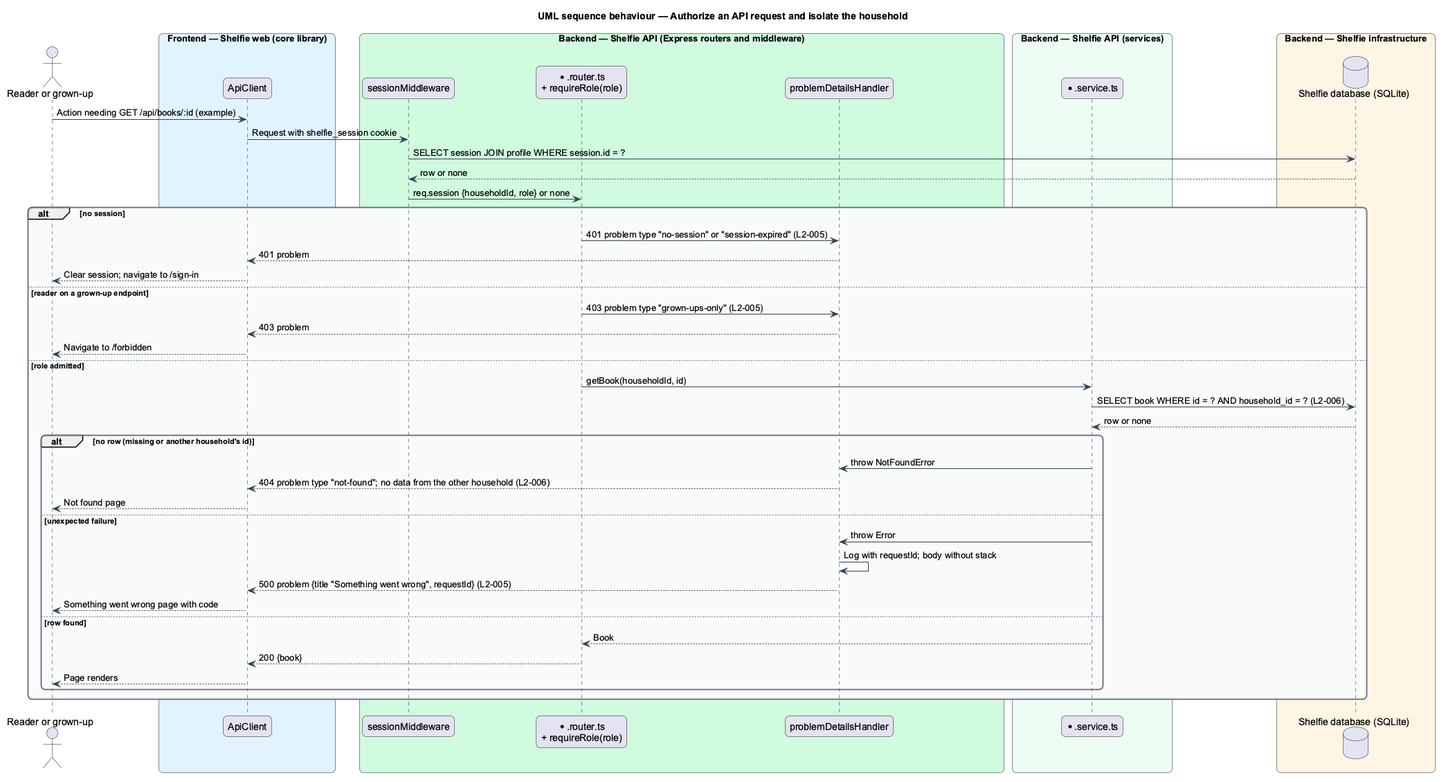
Earlier version of the PlantUML export docs/detailed-designs/sign-in/authorize-access/diagrams/sequence-authorize-request.png (QuinntyneBrown/shelfie). Source of this version:
```plantuml
@startuml
title UML sequence behaviour — Authorize an API request and isolate the household
skinparam backgroundColor #FFFFFF
skinparam shadowing false
skinparam roundcorner 12
skinparam defaultFontName Arial
skinparam ArrowColor #344054
skinparam rectangle {
  BorderColor #344054
  FontColor #101828
}
skinparam package {
  BorderColor #667085
  FontColor #101828
  BackgroundColor #F9FAFB
}
actor "Reader or grown-up" as person
box "Frontend — Shelfie web (core library)" #E0F2FE
  participant "ApiClient" as client
end box
box "Backend — Shelfie API (Express routers and middleware)" #D1FADF
  participant "sessionMiddleware" as mw
  participant "*.router.ts\n+ requireRole(role)" as router
  participant "problemDetailsHandler" as errors
end box
box "Backend — Shelfie API (services)" #ECFDF3
  participant "*.service.ts" as service
end box
box "Backend — Shelfie infrastructure" #FFF4E5
  database "Shelfie database (SQLite)" as db
end box

person -> client : Action needing GET /api/books/:id (example)
client -> mw : Request with shelfie_session cookie
mw -> db : SELECT session JOIN profile WHERE session.id = ?
db --> mw : row or none
mw -> router : req.session {householdId, role} or none
alt no session
  router -> errors : 401 problem type "no-session" or "session-expired" (L2-005)
  errors --> client : 401 problem
  client --> person : Clear session; navigate to /sign-in
else reader on a grown-up endpoint
  router -> errors : 403 problem type "grown-ups-only" (L2-005)
  errors --> client : 403 problem
  client --> person : Navigate to /forbidden
else role admitted
  router -> service : getBook(householdId, id)
  service -> db : SELECT book WHERE id = ? AND household_id = ? (L2-006)
  db --> service : row or none
  alt no row (missing or another household's id)
    service -> errors : throw NotFoundError
    errors --> client : 404 problem type "not-found"; no data from the other household (L2-006)
    client --> person : Not found page
  else unexpected failure
    service -> errors : throw Error
    errors -> errors : Log with requestId; body without stack
    errors --> client : 500 problem {title "Something went wrong", requestId} (L2-005)
    client --> person : Something went wrong page with code
  else row found
    service --> router : Book
    router --> client : 200 {book}
    client --> person : Page renders
  end
end
@enduml
```
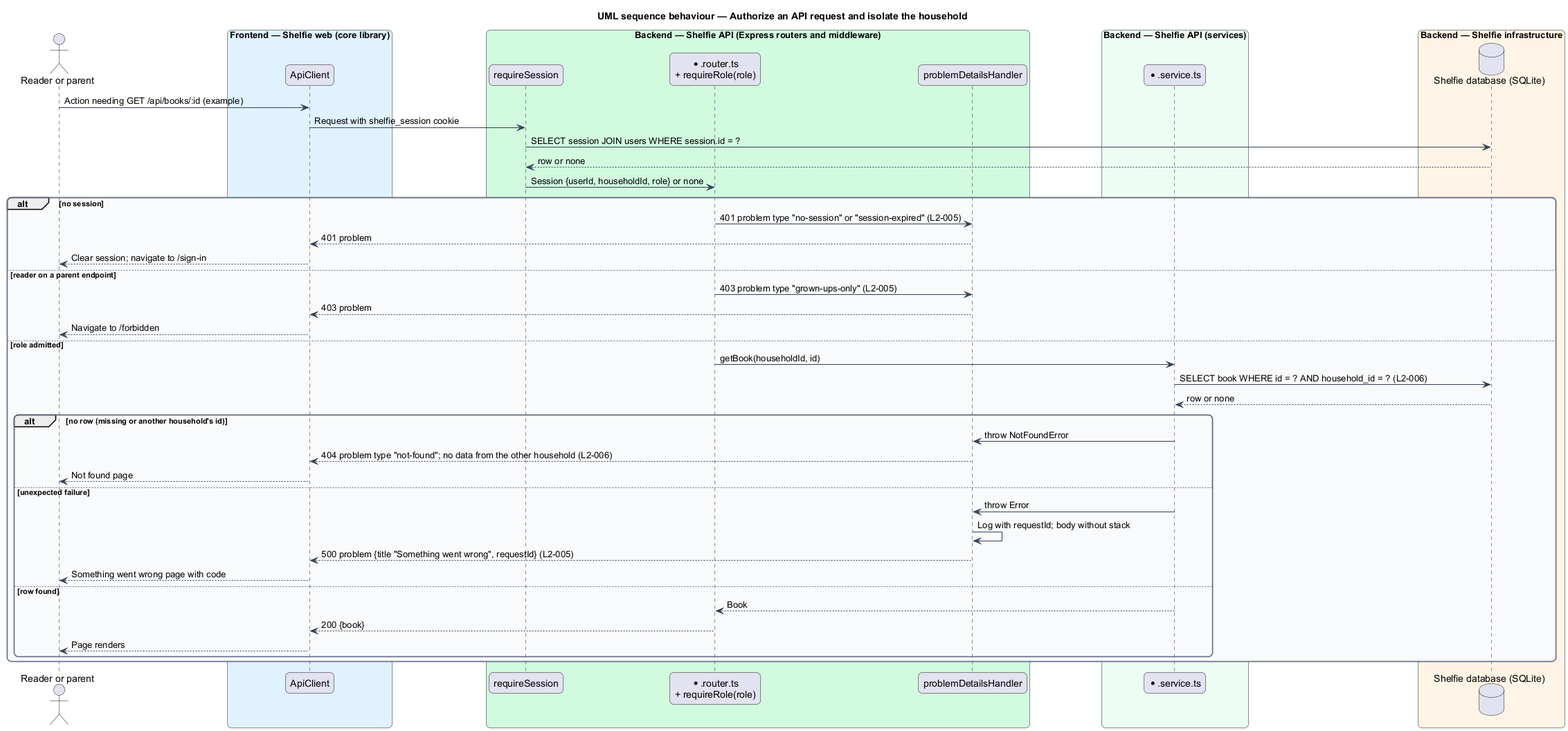
Later version of the same file.

Diff of the diagram source:
```diff
@@ -14,12 +14,12 @@
   FontColor #101828
   BackgroundColor #F9FAFB
 }
-actor "Reader or grown-up" as person
+actor "Reader or parent" as person
 box "Frontend — Shelfie web (core library)" #E0F2FE
   participant "ApiClient" as client
 end box
 box "Backend — Shelfie API (Express routers and middleware)" #D1FADF
-  participant "sessionMiddleware" as mw
+  participant "requireSession" as mw
   participant "*.router.ts\n+ requireRole(role)" as router
   participant "problemDetailsHandler" as errors
 end box
@@ -32,14 +32,14 @@
 
 person -> client : Action needing GET /api/books/:id (example)
 client -> mw : Request with shelfie_session cookie
-mw -> db : SELECT session JOIN profile WHERE session.id = ?
+mw -> db : SELECT session JOIN users WHERE session.id = ?
 db --> mw : row or none
-mw -> router : req.session {householdId, role} or none
+mw -> router : Session {userId, householdId, role} or none
 alt no session
   router -> errors : 401 problem type "no-session" or "session-expired" (L2-005)
   errors --> client : 401 problem
   client --> person : Clear session; navigate to /sign-in
-else reader on a grown-up endpoint
+else reader on a parent endpoint
   router -> errors : 403 problem type "grown-ups-only" (L2-005)
   errors --> client : 403 problem
   client --> person : Navigate to /forbidden
```
